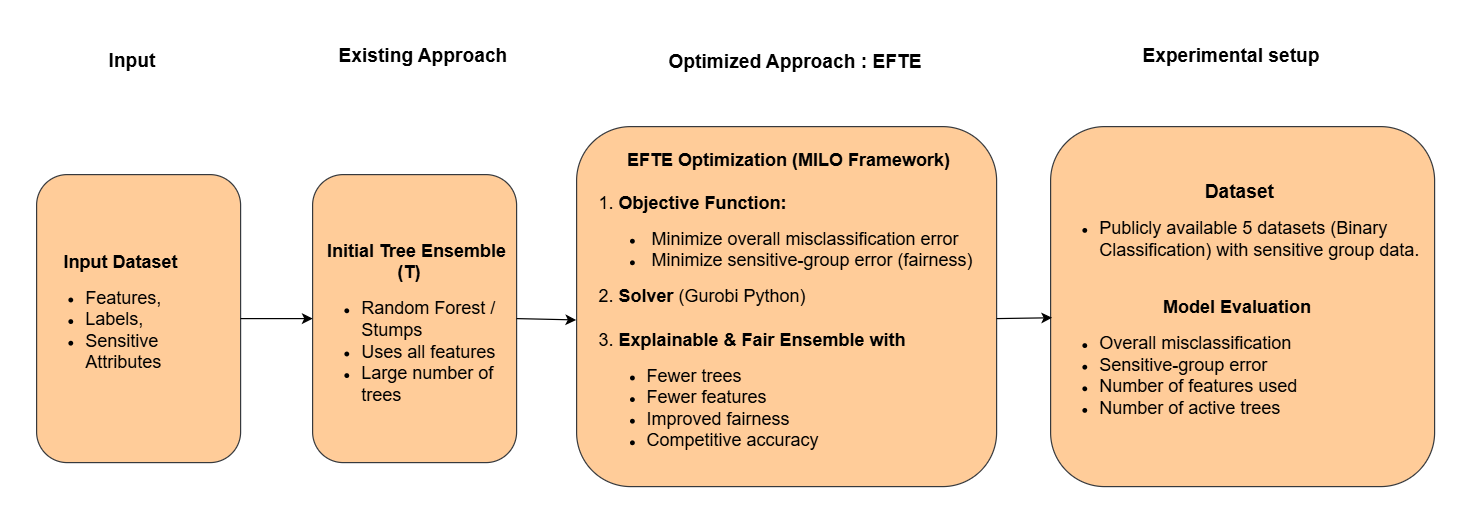
Above: assets/img/Project03.png in mayurimhetre/Portfolio-website (draw.io), before the change. Source tidied: cells renumbered, new cells last; positions are measured from the earlier drawing's top-left corner, leaving out a move shared by most shapes.
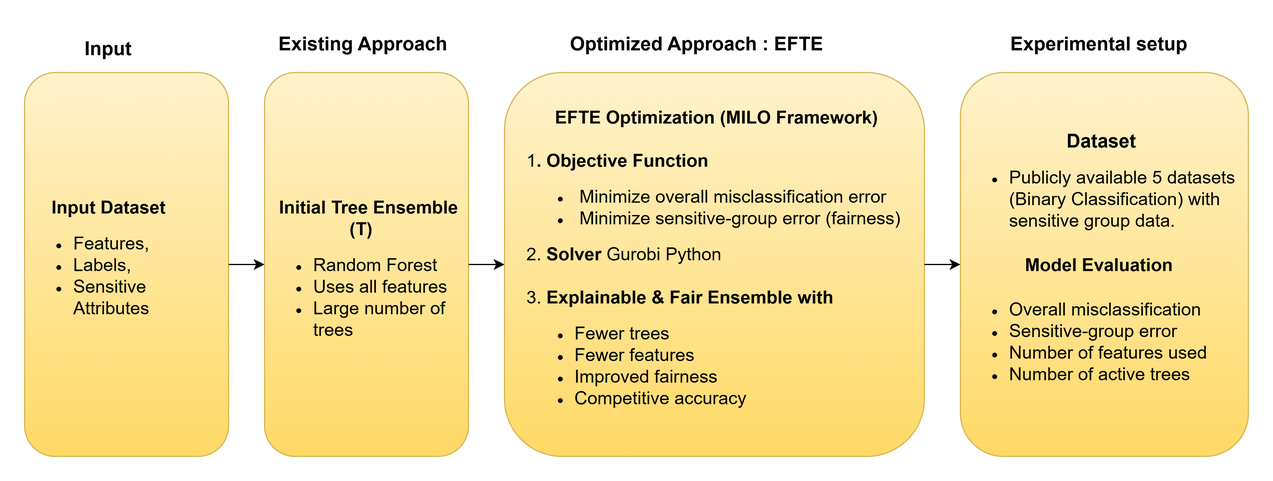
The same file after the commit.

Change to the diagram source:
```diff
@@ -2,40 +2,41 @@
   <root>
     <mxCell id="0" />
     <mxCell id="1" parent="0" />
-    <mxCell id="2" value="&lt;div&gt;&lt;font style=&quot;font-size: 15px;&quot;&gt;&lt;b&gt;&amp;nbsp; Input Dataset&amp;nbsp; &amp;nbsp;&lt;/b&gt; &amp;nbsp; &amp;nbsp; &amp;nbsp;&lt;/font&gt;&lt;/div&gt;&lt;div&gt;&lt;ul&gt;&lt;li style=&quot;text-align: left;&quot;&gt;&lt;font style=&quot;font-size: 15px;&quot;&gt;Features,&amp;nbsp;&lt;/font&gt;&lt;/li&gt;&lt;li style=&quot;text-align: left;&quot;&gt;&lt;font style=&quot;font-size: 15px;&quot;&gt;Labels,&amp;nbsp;&lt;/font&gt;&lt;/li&gt;&lt;li style=&quot;text-align: left;&quot;&gt;&lt;font style=&quot;font-size: 15px;&quot;&gt;Sensitive Attributes&amp;nbsp;&lt;/font&gt;&lt;/li&gt;&lt;/ul&gt;&lt;/div&gt;" style="rounded=1;whiteSpace=wrap;html=1;fillColor=#ffcc99;strokeColor=#36393d;" parent="1" vertex="1">
-      <mxGeometry y="115" width="170" height="240" as="geometry" />
+    <mxCell id="2" value="&lt;div&gt;&lt;font style=&quot;font-size: 15px;&quot;&gt;&lt;b&gt;&amp;nbsp; Input Dataset&amp;nbsp; &amp;nbsp;&lt;/b&gt; &amp;nbsp; &amp;nbsp; &amp;nbsp;&lt;/font&gt;&lt;/div&gt;&lt;div&gt;&lt;ul&gt;&lt;li style=&quot;text-align: left;&quot;&gt;&lt;font style=&quot;font-size: 15px;&quot;&gt;Features,&amp;nbsp;&lt;/font&gt;&lt;/li&gt;&lt;li style=&quot;text-align: left;&quot;&gt;&lt;font style=&quot;font-size: 15px;&quot;&gt;Labels,&amp;nbsp;&lt;/font&gt;&lt;/li&gt;&lt;li style=&quot;text-align: left;&quot;&gt;&lt;font style=&quot;font-size: 15px;&quot;&gt;Sensitive Attributes&amp;nbsp;&lt;/font&gt;&lt;/li&gt;&lt;/ul&gt;&lt;/div&gt;" style="rounded=1;whiteSpace=wrap;html=1;fillColor=#fff2cc;strokeColor=#d6b656;gradientColor=#ffd966;" parent="1" vertex="1">
+      <mxGeometry y="75" width="170" height="320" as="geometry" />
     </mxCell>
-    <mxCell id="3" value="&lt;div&gt;&lt;span style=&quot;font-size: 15px;&quot;&gt;&lt;br&gt;&lt;/span&gt;&lt;/div&gt;&lt;div&gt;&lt;span style=&quot;font-size: 15px;&quot;&gt;&amp;nbsp;&lt;b&gt;Initial Tree Ensemble (T)&amp;nbsp;&amp;nbsp;&lt;/b&gt;&lt;/span&gt;&lt;/div&gt;&lt;div&gt;&lt;ul&gt;&lt;li style=&quot;text-align: left;&quot;&gt;&lt;span style=&quot;font-size: 15px;&quot;&gt;Random Forest / Stumps&amp;nbsp;&lt;/span&gt;&lt;/li&gt;&lt;li style=&quot;text-align: left;&quot;&gt;&lt;span style=&quot;font-size: 15px;&quot;&gt;Uses all features&amp;nbsp; &amp;nbsp;&lt;/span&gt;&lt;/li&gt;&lt;li style=&quot;text-align: left;&quot;&gt;&lt;span style=&quot;font-size: 15px;&quot;&gt;Large number of trees&lt;/span&gt;&lt;/li&gt;&lt;/ul&gt;&lt;/div&gt;" style="rounded=1;whiteSpace=wrap;html=1;fillColor=#ffcc99;strokeColor=#36393d;" parent="1" vertex="1">
-      <mxGeometry x="230" y="115" width="170" height="240" as="geometry" />
+    <mxCell id="3" value="&lt;div&gt;&lt;span style=&quot;font-size: 15px;&quot;&gt;&lt;br&gt;&lt;/span&gt;&lt;/div&gt;&lt;div&gt;&lt;span style=&quot;font-size: 15px;&quot;&gt;&amp;nbsp;&lt;b&gt;Initial Tree Ensemble (T)&amp;nbsp;&amp;nbsp;&lt;/b&gt;&lt;/span&gt;&lt;/div&gt;&lt;div&gt;&lt;ul&gt;&lt;li style=&quot;text-align: left;&quot;&gt;&lt;span style=&quot;font-size: 15px;&quot;&gt;Random Forest&amp;nbsp;&lt;/span&gt;&lt;/li&gt;&lt;li style=&quot;text-align: left;&quot;&gt;&lt;span style=&quot;font-size: 15px;&quot;&gt;Uses all features&amp;nbsp; &amp;nbsp;&lt;/span&gt;&lt;/li&gt;&lt;li style=&quot;text-align: left;&quot;&gt;&lt;span style=&quot;font-size: 15px;&quot;&gt;Large number of trees&lt;/span&gt;&lt;/li&gt;&lt;/ul&gt;&lt;/div&gt;" style="rounded=1;whiteSpace=wrap;html=1;fillColor=#fff2cc;strokeColor=#d6b656;gradientColor=#ffd966;" parent="1" vertex="1">
+      <mxGeometry x="200" y="75" width="170" height="320" as="geometry" />
     </mxCell>
     <mxCell id="4" style="endArrow=classic;html=1;rounded=0;exitX=1;exitY=0.5;exitDx=0;exitDy=0;entryX=0;entryY=0.5;entryDx=0;entryDy=0;" parent="1" edge="1" source="2" target="3">
       <mxGeometry relative="1" as="geometry" />
     </mxCell>
-    <mxCell id="5" value="&lt;span style=&quot;font-size: 15px;&quot;&gt;&amp;nbsp;&lt;b&gt;EFTE Optimization (MILO Framework)&lt;/b&gt;&lt;/span&gt;&lt;div&gt;&lt;div style=&quot;&quot;&gt;&lt;span style=&quot;font-size: 15px;&quot;&gt;&lt;br&gt;&lt;/span&gt;&lt;/div&gt;&lt;div style=&quot;text-align: left;&quot;&gt;&lt;span style=&quot;font-size: 15px;&quot;&gt;1.&lt;b&gt; Objective Function:&amp;nbsp; &amp;nbsp; &amp;nbsp; &amp;nbsp; &lt;/b&gt;&amp;nbsp; &amp;nbsp; &amp;nbsp; &amp;nbsp; &amp;nbsp; &amp;nbsp; &amp;nbsp; &amp;nbsp; &amp;nbsp;&amp;nbsp;&lt;/span&gt;&lt;/div&gt;&lt;div style=&quot;&quot;&gt;&lt;ul&gt;&lt;li style=&quot;text-align: left;&quot;&gt;&lt;span style=&quot;font-size: 15px;&quot;&gt;&amp;nbsp;Minimize overall misclassification error&amp;nbsp; &amp;nbsp;&lt;/span&gt;&lt;/li&gt;&lt;li style=&quot;text-align: left;&quot;&gt;&lt;span style=&quot;font-size: 15px;&quot;&gt;&amp;nbsp;Minimize sensitive-group error (fairness)&lt;/span&gt;&lt;/li&gt;&lt;/ul&gt;&lt;/div&gt;&lt;div style=&quot;text-align: left;&quot;&gt;&lt;span style=&quot;font-size: 15px;&quot;&gt;2. &lt;b&gt;Solver&lt;/b&gt; (Gurobi Python)&lt;/span&gt;&lt;/div&gt;&lt;div style=&quot;text-align: left;&quot;&gt;&lt;span style=&quot;font-size: 15px;&quot;&gt;&lt;br&gt;&lt;/span&gt;&lt;/div&gt;&lt;div style=&quot;text-align: left;&quot;&gt;&lt;span style=&quot;font-size: 15px;&quot;&gt;3. &lt;/span&gt;&lt;font style=&quot;font-size: 15px;&quot;&gt;&lt;b style=&quot;&quot;&gt;Explainable &amp;amp; Fair Ensemble with&lt;/b&gt;&lt;/font&gt;&lt;/div&gt;&lt;div style=&quot;&quot;&gt;&lt;ul&gt;&lt;li style=&quot;text-align: left;&quot;&gt;&lt;span style=&quot;font-size: 15px; white-space: normal;&quot;&gt;Fewer trees&amp;nbsp; &amp;nbsp; &amp;nbsp; &amp;nbsp; &amp;nbsp;&amp;nbsp;&lt;/span&gt;&lt;/li&gt;&lt;li style=&quot;text-align: left;&quot;&gt;&lt;span style=&quot;font-size: 15px; white-space: normal;&quot;&gt;Fewer features&amp;nbsp; &amp;nbsp; &amp;nbsp; &amp;nbsp;&lt;/span&gt;&lt;/li&gt;&lt;li style=&quot;text-align: left;&quot;&gt;&lt;span style=&quot;font-size: 15px; white-space: normal;&quot;&gt;Improved fairness&amp;nbsp; &amp;nbsp;&amp;nbsp;&lt;/span&gt;&lt;/li&gt;&lt;li style=&quot;text-align: left;&quot;&gt;&lt;span style=&quot;font-size: 15px; white-space: normal;&quot;&gt;Competitive accuracy&amp;nbsp;&lt;/span&gt;&lt;/li&gt;&lt;/ul&gt;&lt;/div&gt;&lt;/div&gt;" style="rounded=1;whiteSpace=wrap;html=1;fillColor=#ffcc99;strokeColor=#36393d;" parent="1" vertex="1">
-      <mxGeometry x="450" y="75" width="350" height="300" as="geometry" />
+    <mxCell id="5" value="&lt;span style=&quot;font-size: 15px;&quot;&gt;&amp;nbsp;&lt;b&gt;EFTE Optimization (MILO Framework)&lt;/b&gt;&lt;/span&gt;&lt;div&gt;&lt;div style=&quot;&quot;&gt;&lt;span style=&quot;font-size: 15px;&quot;&gt;&lt;br&gt;&lt;/span&gt;&lt;/div&gt;&lt;div style=&quot;text-align: left;&quot;&gt;&lt;span style=&quot;font-size: 15px;&quot;&gt;1&lt;b&gt;. Objective Function&lt;/b&gt;&lt;/span&gt;&lt;span style=&quot;background-color: transparent; color: light-dark(rgb(0, 0, 0), rgb(255, 255, 255)); font-size: 15px;&quot;&gt;&amp;nbsp; &amp;nbsp; &amp;nbsp; &amp;nbsp; &amp;nbsp; &amp;nbsp; &amp;nbsp;&amp;nbsp;&lt;/span&gt;&lt;/div&gt;&lt;div&gt;&lt;ul&gt;&lt;li style=&quot;text-align: left;&quot;&gt;&lt;span style=&quot;font-size: 15px;&quot;&gt;&amp;nbsp;Minimize overall misclassification error&amp;nbsp; &amp;nbsp;&lt;/span&gt;&lt;/li&gt;&lt;li style=&quot;text-align: left;&quot;&gt;&lt;span style=&quot;font-size: 15px;&quot;&gt;&amp;nbsp;Minimize sensitive-group error (fairness)&lt;/span&gt;&lt;/li&gt;&lt;/ul&gt;&lt;/div&gt;&lt;div style=&quot;text-align: left;&quot;&gt;&lt;span style=&quot;font-size: 15px;&quot;&gt;2. &lt;b&gt;Solver&lt;/b&gt;&amp;nbsp;Gurobi Python&lt;/span&gt;&lt;/div&gt;&lt;div style=&quot;text-align: left;&quot;&gt;&lt;span style=&quot;font-size: 15px;&quot;&gt;&lt;br&gt;&lt;/span&gt;&lt;/div&gt;&lt;div style=&quot;text-align: left;&quot;&gt;&lt;span style=&quot;font-size: 15px;&quot;&gt;3. &lt;/span&gt;&lt;font style=&quot;font-size: 15px;&quot;&gt;&lt;b style=&quot;&quot;&gt;Explainable &amp;amp; Fair Ensemble with&lt;/b&gt;&lt;/font&gt;&lt;/div&gt;&lt;div style=&quot;&quot;&gt;&lt;ul&gt;&lt;li style=&quot;text-align: left;&quot;&gt;&lt;span style=&quot;font-size: 15px; white-space: normal;&quot;&gt;Fewer trees&amp;nbsp; &amp;nbsp; &amp;nbsp; &amp;nbsp; &amp;nbsp;&amp;nbsp;&lt;/span&gt;&lt;/li&gt;&lt;li style=&quot;text-align: left;&quot;&gt;&lt;span style=&quot;font-size: 15px; white-space: normal;&quot;&gt;Fewer features&amp;nbsp; &amp;nbsp; &amp;nbsp; &amp;nbsp;&lt;/span&gt;&lt;/li&gt;&lt;li style=&quot;text-align: left;&quot;&gt;&lt;span style=&quot;font-size: 15px; white-space: normal;&quot;&gt;Improved fairness&amp;nbsp; &amp;nbsp;&amp;nbsp;&lt;/span&gt;&lt;/li&gt;&lt;li style=&quot;text-align: left;&quot;&gt;&lt;span style=&quot;font-size: 15px; white-space: normal;&quot;&gt;Competitive accuracy&amp;nbsp;&lt;/span&gt;&lt;/li&gt;&lt;/ul&gt;&lt;/div&gt;&lt;/div&gt;" style="rounded=1;whiteSpace=wrap;html=1;fillColor=#fff2cc;strokeColor=#d6b656;gradientColor=#ffd966;" parent="1" vertex="1">
+      <mxGeometry x="400" y="75" width="350" height="320" as="geometry" />
     </mxCell>
-    <mxCell id="6" style="endArrow=classic;html=1;rounded=0;exitX=1;exitY=0.5;exitDx=0;exitDy=0;entryX=-0.001;entryY=0.537;entryDx=0;entryDy=0;entryPerimeter=0;" parent="1" edge="1" source="3" target="5">
+    <mxCell id="6" style="endArrow=classic;html=1;rounded=0;exitX=1;exitY=0.5;exitDx=0;exitDy=0;entryX=0;entryY=0.5;entryDx=0;entryDy=0;" parent="1" edge="1" source="3" target="5">
       <mxGeometry relative="1" as="geometry" />
     </mxCell>
-    <mxCell id="7" value="&lt;div&gt;&lt;span style=&quot;white-space: normal;&quot;&gt;&lt;font style=&quot;font-size: 16px;&quot;&gt;&lt;b&gt;Dataset&amp;nbsp;&lt;/b&gt;&lt;/font&gt;&lt;/span&gt;&lt;/div&gt;&lt;div&gt;&lt;ul&gt;&lt;li style=&quot;text-align: left;&quot;&gt;&lt;span style=&quot;font-size: 15px; white-space: normal;&quot;&gt;Publicly available 5 datasets (Binary Classification) with sensitive group data.&lt;/span&gt;&lt;/li&gt;&lt;/ul&gt;&lt;/div&gt;&lt;div&gt;&lt;span style=&quot;font-size: 15px; white-space: normal;&quot;&gt;&lt;br&gt;&lt;/span&gt;&lt;/div&gt;&lt;div&gt;&lt;span style=&quot;font-size: 15px; white-space: normal;&quot;&gt;&lt;b&gt;Model Evaluation&amp;nbsp;&lt;/b&gt;&amp;nbsp;&lt;/span&gt;&lt;/div&gt;&lt;div&gt;&lt;ul&gt;&lt;li style=&quot;text-align: left;&quot;&gt;&lt;span style=&quot;font-size: 15px;&quot;&gt;Overall misclassification&amp;nbsp;&lt;/span&gt;&lt;/li&gt;&lt;li style=&quot;text-align: left;&quot;&gt;&lt;span style=&quot;font-size: 15px;&quot;&gt;Sensitive-group error&amp;nbsp; &amp;nbsp; &amp;nbsp;&lt;/span&gt;&lt;/li&gt;&lt;li style=&quot;text-align: left;&quot;&gt;&lt;span style=&quot;font-size: 15px;&quot;&gt;Number of features used&amp;nbsp; &amp;nbsp;&lt;/span&gt;&lt;/li&gt;&lt;li style=&quot;text-align: left;&quot;&gt;&lt;span style=&quot;font-size: 15px;&quot;&gt;Number of active trees&amp;nbsp;&lt;/span&gt;&lt;/li&gt;&lt;/ul&gt;&lt;/div&gt;" style="rounded=1;whiteSpace=wrap;html=1;fillColor=#ffcc99;strokeColor=#36393d;" parent="1" vertex="1">
-      <mxGeometry x="845" y="75" width="320" height="300" as="geometry" />
+    <mxCell id="7" value="&lt;div&gt;&lt;span style=&quot;white-space: normal;&quot;&gt;&lt;font style=&quot;font-size: 16px;&quot;&gt;&lt;b&gt;Dataset&amp;nbsp;&lt;/b&gt;&lt;/font&gt;&lt;/span&gt;&lt;/div&gt;&lt;div&gt;&lt;ul&gt;&lt;li style=&quot;text-align: left;&quot;&gt;&lt;span style=&quot;font-size: 15px; white-space: normal;&quot;&gt;Publicly available 5 datasets (Binary Classification) with sensitive group data.&lt;/span&gt;&lt;/li&gt;&lt;/ul&gt;&lt;/div&gt;&lt;div&gt;&lt;span style=&quot;font-size: 15px; white-space: normal;&quot;&gt;&lt;br&gt;&lt;/span&gt;&lt;/div&gt;&lt;div&gt;&lt;br&gt;&lt;/div&gt;&lt;div&gt;&lt;ul&gt;&lt;li style=&quot;text-align: left;&quot;&gt;&lt;span style=&quot;font-size: 15px;&quot;&gt;Overall misclassification&amp;nbsp;&lt;/span&gt;&lt;/li&gt;&lt;li style=&quot;text-align: left;&quot;&gt;&lt;span style=&quot;font-size: 15px;&quot;&gt;Sensitive-group error&amp;nbsp; &amp;nbsp; &amp;nbsp;&lt;/span&gt;&lt;/li&gt;&lt;li style=&quot;text-align: left;&quot;&gt;&lt;span style=&quot;font-size: 15px;&quot;&gt;Number of features used&amp;nbsp; &amp;nbsp;&lt;/span&gt;&lt;/li&gt;&lt;li style=&quot;text-align: left;&quot;&gt;&lt;span style=&quot;font-size: 15px;&quot;&gt;Number of active trees&amp;nbsp;&lt;/span&gt;&lt;/li&gt;&lt;/ul&gt;&lt;/div&gt;" style="rounded=1;whiteSpace=wrap;html=1;fillColor=#fff2cc;strokeColor=#d6b656;gradientColor=#ffd966;" parent="1" vertex="1">
+      <mxGeometry x="780" y="75" width="240" height="320" as="geometry" />
     </mxCell>
     <mxCell id="8" value="&lt;font style=&quot;font-size: 16px;&quot;&gt;&lt;b&gt;Input&lt;/b&gt;&lt;/font&gt;" style="text;html=1;whiteSpace=wrap;strokeColor=none;fillColor=none;align=center;verticalAlign=middle;rounded=0;" parent="1" vertex="1">
-      <mxGeometry x="50" y="5" width="60" height="30" as="geometry" />
+      <mxGeometry x="40" y="40" width="60" height="30" as="geometry" />
     </mxCell>
     <mxCell id="9" value="&lt;span style=&quot;font-size: 16px; text-align: center;&quot;&gt;&lt;b&gt;Existing Approach&lt;/b&gt;&lt;/span&gt;" style="text;whiteSpace=wrap;html=1;" parent="1" vertex="1">
-      <mxGeometry x="250" width="150" height="40" as="geometry" />
+      <mxGeometry x="210" y="35" width="150" height="40" as="geometry" />
     </mxCell>
     <mxCell id="10" value="&lt;div style=&quot;text-align: center;&quot;&gt;&lt;span style=&quot;background-color: transparent; color: light-dark(rgb(0, 0, 0), rgb(255, 255, 255)); font-size: 16px;&quot;&gt;&lt;b&gt;Optimized Approach : EFTE&lt;/b&gt;&lt;/span&gt;&lt;/div&gt;" style="text;whiteSpace=wrap;html=1;" parent="1" vertex="1">
-      <mxGeometry x="525" y="5" width="245" height="40" as="geometry" />
+      <mxGeometry x="452.5" y="35" width="245" height="40" as="geometry" />
     </mxCell>
     <mxCell id="11" value="&lt;div style=&quot;text-align: center;&quot;&gt;&lt;span style=&quot;background-color: transparent; color: light-dark(rgb(0, 0, 0), rgb(255, 255, 255)); font-size: 16px;&quot;&gt;&lt;b&gt;Experimental setup&lt;/b&gt;&lt;/span&gt;&lt;/div&gt;" style="text;whiteSpace=wrap;html=1;" parent="1" vertex="1">
-      <mxGeometry x="920" width="200" height="40" as="geometry" />
+      <mxGeometry x="820" y="35" width="160" height="40" as="geometry" />
     </mxCell>
-    <mxCell id="12" style="endArrow=classic;html=1;rounded=0;entryX=0.004;entryY=0.531;entryDx=0;entryDy=0;entryPerimeter=0;" parent="1" edge="1" target="7">
-      <mxGeometry relative="1" as="geometry">
-        <mxPoint x="800" y="235" as="sourcePoint" />
-      </mxGeometry>
+    <mxCell id="12" style="endArrow=classic;html=1;rounded=0;entryX=0;entryY=0.5;entryDx=0;entryDy=0;exitX=1;exitY=0.5;exitDx=0;exitDy=0;" parent="1" edge="1" source="5" target="7">
+      <mxGeometry relative="1" as="geometry" />
     </mxCell>
+    <mxCell id="13" value="&lt;b style=&quot;font-size: 15px;&quot;&gt;Model Evaluation&amp;nbsp;&lt;/b&gt;&lt;span style=&quot;font-size: 15px;&quot;&gt;&amp;nbsp;&lt;/span&gt;" style="text;html=1;whiteSpace=wrap;strokeColor=none;fillColor=none;align=center;verticalAlign=middle;rounded=0;" parent="1" vertex="1">
+      <mxGeometry x="825" y="220" width="150" height="30" as="geometry" />
+    </mxCell>
   </root>
 </mxGraphModel>
```
